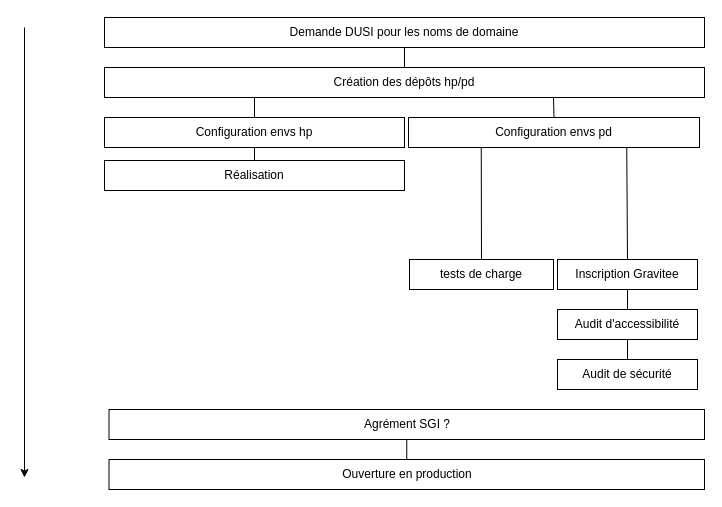
Above: macro-planning-ciclad.drawio in renaud23/drawio (draw.io), before the change. Source tidied: cells renumbered, new cells numbered last; positions are measured from the earlier drawing's top-left corner, leaving out a move shared by most shapes. Both pictures are drawn from the tidied source at 100%, with x=0, y=0 at pixel (24, 17).
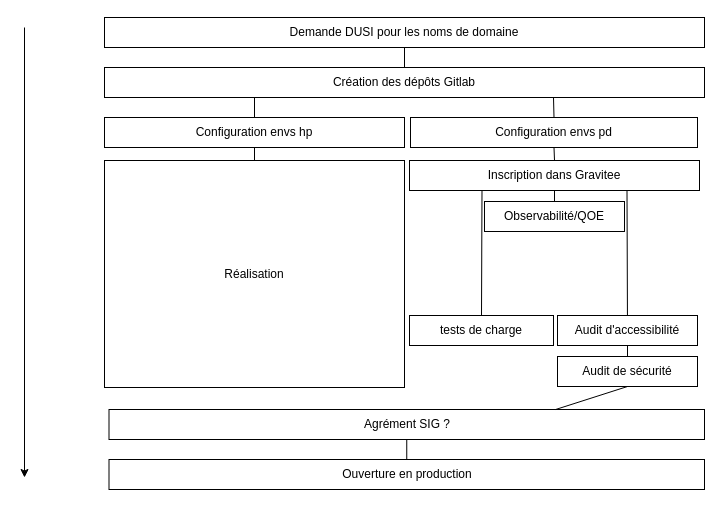
Above is the later version.

Commit message:
Mettre à jour macro-planning-ciclad.drawio

The edit, as a diff of the source:
```diff
@@
-    <mxCell id="3" value="Création des dépôts hp/pd" style="rounded=0;whiteSpace=wrap;html=1;" parent="1" vertex="1">
+    <mxCell id="3" value="Création des dépôts Gitlab" style="rounded=0;whiteSpace=wrap;html=1;" parent="1" vertex="1">
       <mxGeometry x="80" y="50" width="600" height="30" as="geometry" />
     </mxCell>
@@
     <mxCell id="6" value="Configuration envs pd" style="rounded=0;whiteSpace=wrap;html=1;" parent="1" vertex="1">
-      <mxGeometry x="384" y="100" width="291" height="30" as="geometry" />
+      <mxGeometry x="386" y="100" width="287" height="30" as="geometry" />
     </mxCell>
     <mxCell id="7" value="tests de charge" style="rounded=0;whiteSpace=wrap;html=1;" parent="1" vertex="1">
-      <mxGeometry x="385" y="242" width="144" height="30" as="geometry" />
+      <mxGeometry x="385" y="298" width="144" height="30" as="geometry" />
     </mxCell>
-    <mxCell id="8" value="Inscription Gravitee" style="rounded=0;whiteSpace=wrap;html=1;" parent="1" vertex="1">
-      <mxGeometry x="533" y="242" width="140" height="30" as="geometry" />
+    <mxCell id="8" value="Inscription dans Gravitee" style="rounded=0;whiteSpace=wrap;html=1;" parent="1" vertex="1">
+      <mxGeometry x="385" y="143" width="290" height="30" as="geometry" />
     </mxCell>
     <mxCell id="9" value="Audit d'accessibilité" style="rounded=0;whiteSpace=wrap;html=1;" parent="1" vertex="1">
-      <mxGeometry x="533" y="292" width="140" height="30" as="geometry" />
+      <mxGeometry x="533" y="298" width="140" height="30" as="geometry" />
     </mxCell>
     <mxCell id="10" value="Audit de sécurité" style="rounded=0;whiteSpace=wrap;html=1;" parent="1" vertex="1">
-      <mxGeometry x="533" y="342" width="140" height="30" as="geometry" />
+      <mxGeometry x="533" y="339" width="140" height="30" as="geometry" />
     </mxCell>
-    <mxCell id="11" value="Agrément SGI ?" style="rounded=0;whiteSpace=wrap;html=1;" parent="1" vertex="1">
+    <mxCell id="11" value="Agrément SIG ?" style="rounded=0;whiteSpace=wrap;html=1;" parent="1" vertex="1">
       <mxGeometry x="84.5" y="392" width="595.5" height="30" as="geometry" />
     </mxCell>
@@
     <mxCell id="16" value="Réalisation" style="rounded=0;whiteSpace=wrap;html=1;" parent="1" vertex="1">
-      <mxGeometry x="80" y="143" width="300" height="30" as="geometry" />
+      <mxGeometry x="80" y="143" width="300" height="227" as="geometry" />
     </mxCell>
-    <mxCell id="17" style="endArrow=none;html=1;rounded=0;entryX=0.25;entryY=1;entryDx=0;entryDy=0;exitX=0.5;exitY=0;exitDx=0;exitDy=0;" parent="1" edge="1" source="7" target="6">
+    <mxCell id="17" style="endArrow=none;html=1;rounded=0;exitX=0.5;exitY=0;exitDx=0;exitDy=0;entryX=0.25;entryY=1;entryDx=0;entryDy=0;" parent="1" edge="1" source="7" target="8">
       <mxGeometry relative="1" as="geometry" />
     </mxCell>
-    <mxCell id="18" style="endArrow=none;html=1;rounded=0;entryX=0.75;entryY=1;entryDx=0;entryDy=0;exitX=0.5;exitY=0;exitDx=0;exitDy=0;" parent="1" edge="1" source="8" target="6">
+    <mxCell id="18" style="endArrow=none;html=1;rounded=0;entryX=0.5;entryY=1;entryDx=0;entryDy=0;exitX=0.5;exitY=0;exitDx=0;exitDy=0;" parent="1" edge="1" source="8" target="6">
       <mxGeometry relative="1" as="geometry" />
     </mxCell>
-    <mxCell id="19" style="endArrow=none;html=1;rounded=0;entryX=0.5;entryY=1;entryDx=0;entryDy=0;" parent="1" edge="1" source="9" target="8">
+    <mxCell id="19" style="endArrow=none;html=1;rounded=0;entryX=0.75;entryY=1;entryDx=0;entryDy=0;" parent="1" edge="1" source="9" target="8">
       <mxGeometry relative="1" as="geometry" />
     </mxCell>
@@
+    <mxCell id="24" style="endArrow=none;html=1;rounded=0;entryX=0.5;entryY=1;entryDx=0;entryDy=0;exitX=0.75;exitY=0;exitDx=0;exitDy=0;" parent="1" edge="1" source="11" target="10">
+      <mxGeometry relative="1" as="geometry" />
+    </mxCell>
+    <mxCell id="25" value="Observabilité/QOE" style="rounded=0;whiteSpace=wrap;html=1;" parent="1" vertex="1">
+      <mxGeometry x="460" y="184" width="140" height="30" as="geometry" />
+    </mxCell>
+    <mxCell id="26" style="endArrow=none;html=1;rounded=0;entryX=0.5;entryY=1;entryDx=0;entryDy=0;exitX=0.5;exitY=0;exitDx=0;exitDy=0;" parent="1" edge="1" source="25" target="8">
+      <mxGeometry relative="1" as="geometry" />
+    </mxCell>
```
